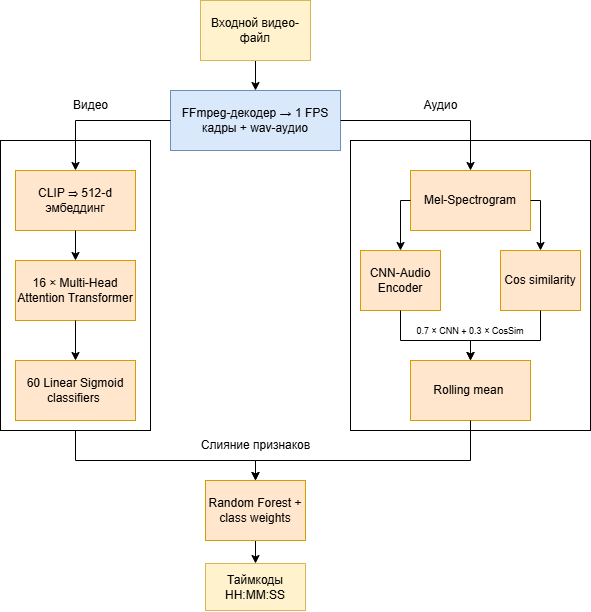
Earlier version of the draw.io export img/Функциональная схема метода.png (lizagrin/IntroExtractor). Source tidied: cells renumbered, new cells last; positions are measured from the earlier drawing's top-left corner, leaving out a move shared by most shapes.
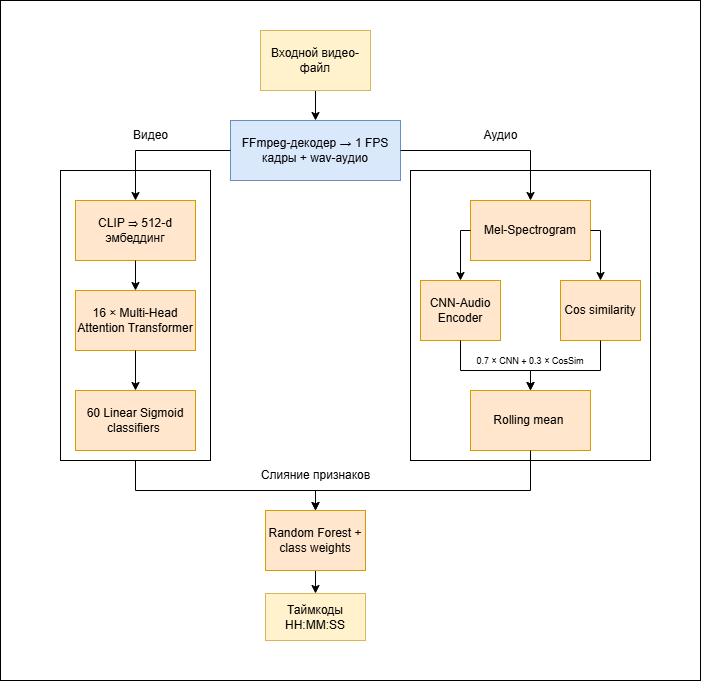
Later version of the same file.

What changed in the source:
```diff
@@ -2,6 +2,9 @@
   <root>
     <mxCell id="0" />
     <mxCell id="1" parent="0" />
+    <mxCell id="33" style="rounded=0;whiteSpace=wrap;html=1;" parent="1" vertex="1">
+      <mxGeometry x="-60" y="-30" width="700" height="680" as="geometry" />
+    </mxCell>
     <mxCell id="2" style="edgeStyle=orthogonalEdgeStyle;rounded=0;jettySize=auto;html=1;" parent="1" edge="1" source="3" target="4">
       <mxGeometry relative="1" as="geometry" />
     </mxCell>
```
